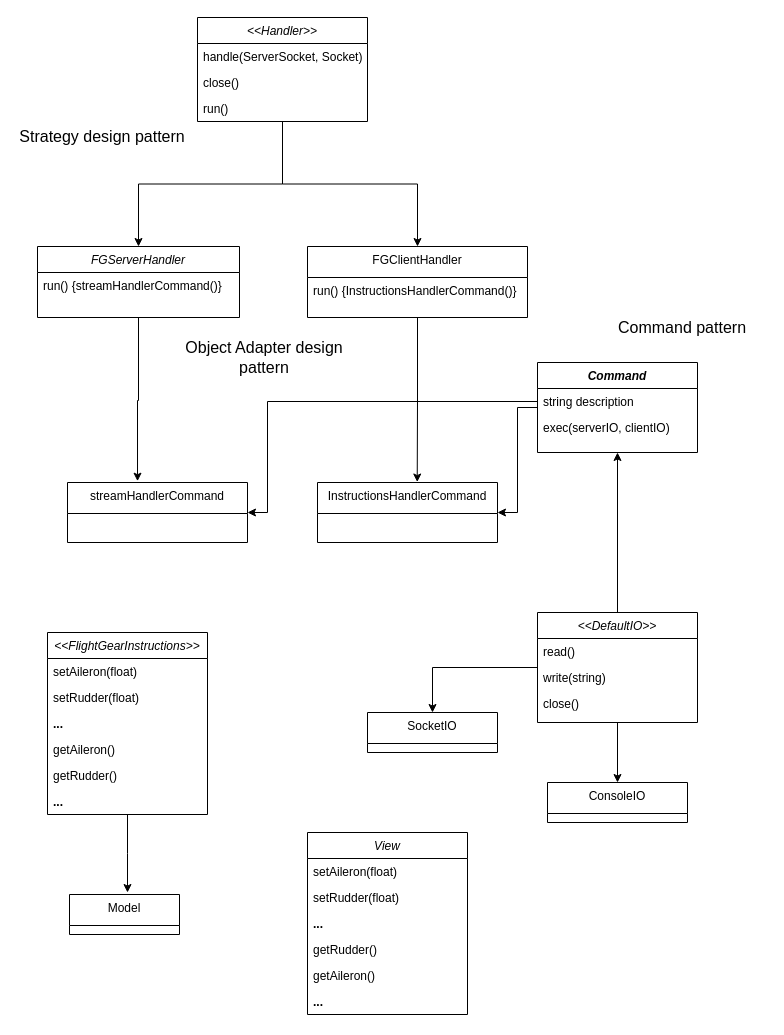
This is Untitled Diagram.drawio from cyber00m/agent, a draw.io file, before an edit. Source tidied: cells renumbered, new cells numbered last; positions are measured from the earlier drawing's top-left corner, leaving out a move shared by most shapes. Both pictures are drawn from the tidied source at 100%, with x=0, y=0 at pixel (17, 17).
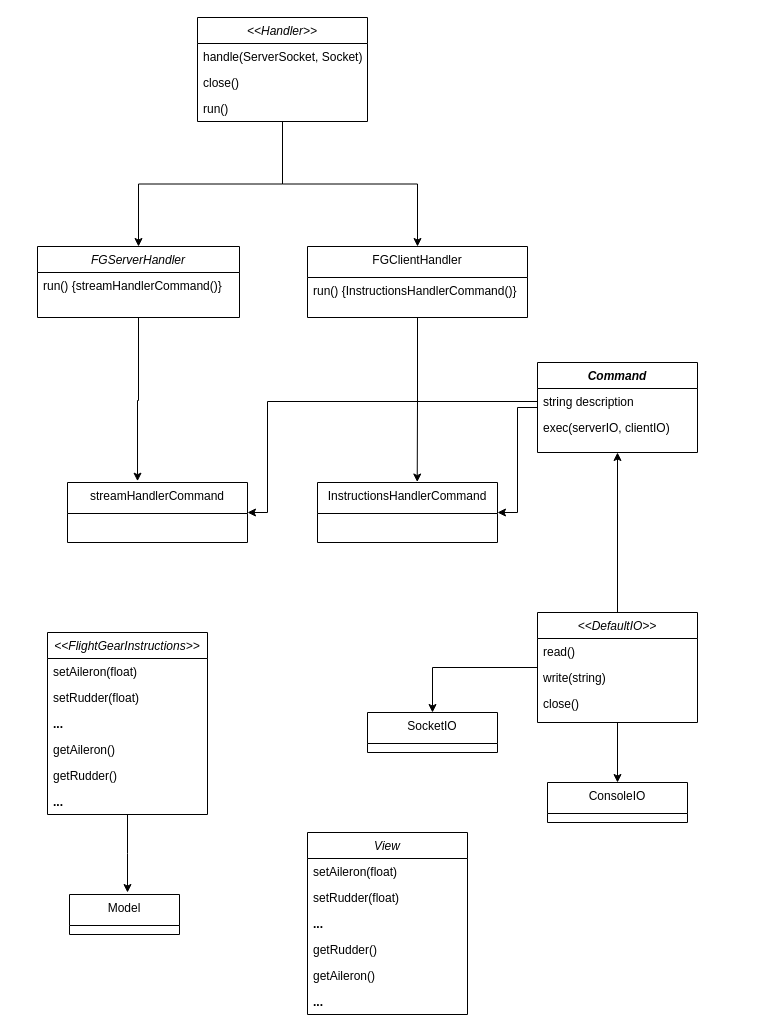
Above is the later version.

What changed in the source:
```diff
@@
-    <mxCell id="14" value="&lt;font style=&quot;font-size: 16px;&quot;&gt;Strategy design pattern&lt;/font&gt;" style="text;html=1;strokeColor=none;fillColor=none;align=center;verticalAlign=middle;whiteSpace=wrap;rounded=0;" parent="1" vertex="1">
-      <mxGeometry y="104" width="170" height="30" as="geometry" />
-    </mxCell>
@@
-    <mxCell id="29" value="&lt;font style=&quot;font-size: 16px;&quot;&gt;Command pattern&lt;/font&gt;" style="text;html=1;strokeColor=none;fillColor=none;align=center;verticalAlign=middle;whiteSpace=wrap;rounded=0;" parent="1" vertex="1">
-      <mxGeometry x="580" y="295" width="170" height="30" as="geometry" />
-    </mxCell>
@@
-    <mxCell id="31" value="&lt;span style=&quot;font-size: 16px;&quot;&gt;Object Adapter design pattern&lt;/span&gt;" style="text;html=1;strokeColor=none;fillColor=none;align=center;verticalAlign=middle;whiteSpace=wrap;rounded=0;" parent="1" vertex="1">
-      <mxGeometry x="162" y="325" width="170" height="30" as="geometry" />
-    </mxCell>
```
